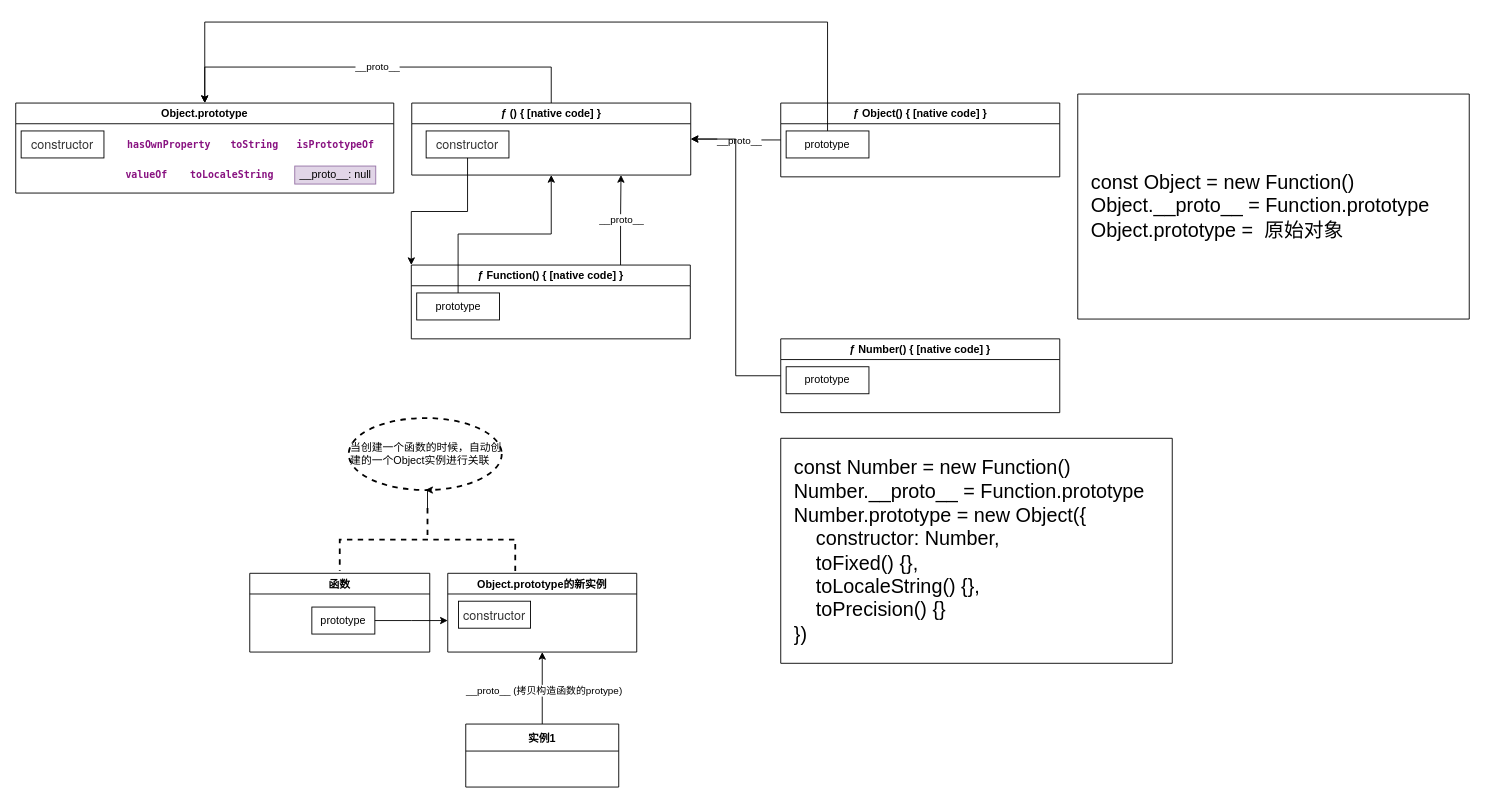
Before: page "原型链" (3 of 4) of Untitled Diagram.drawio in clevok/static, a draw.io diagram. Source tidied: cells renumbered, new cells numbered last; positions are measured from the earlier drawing's top-left corner, leaving out a move shared by most shapes. Both pictures are drawn from the tidied source at 90%, with x=0, y=0 at pixel (15, 22).
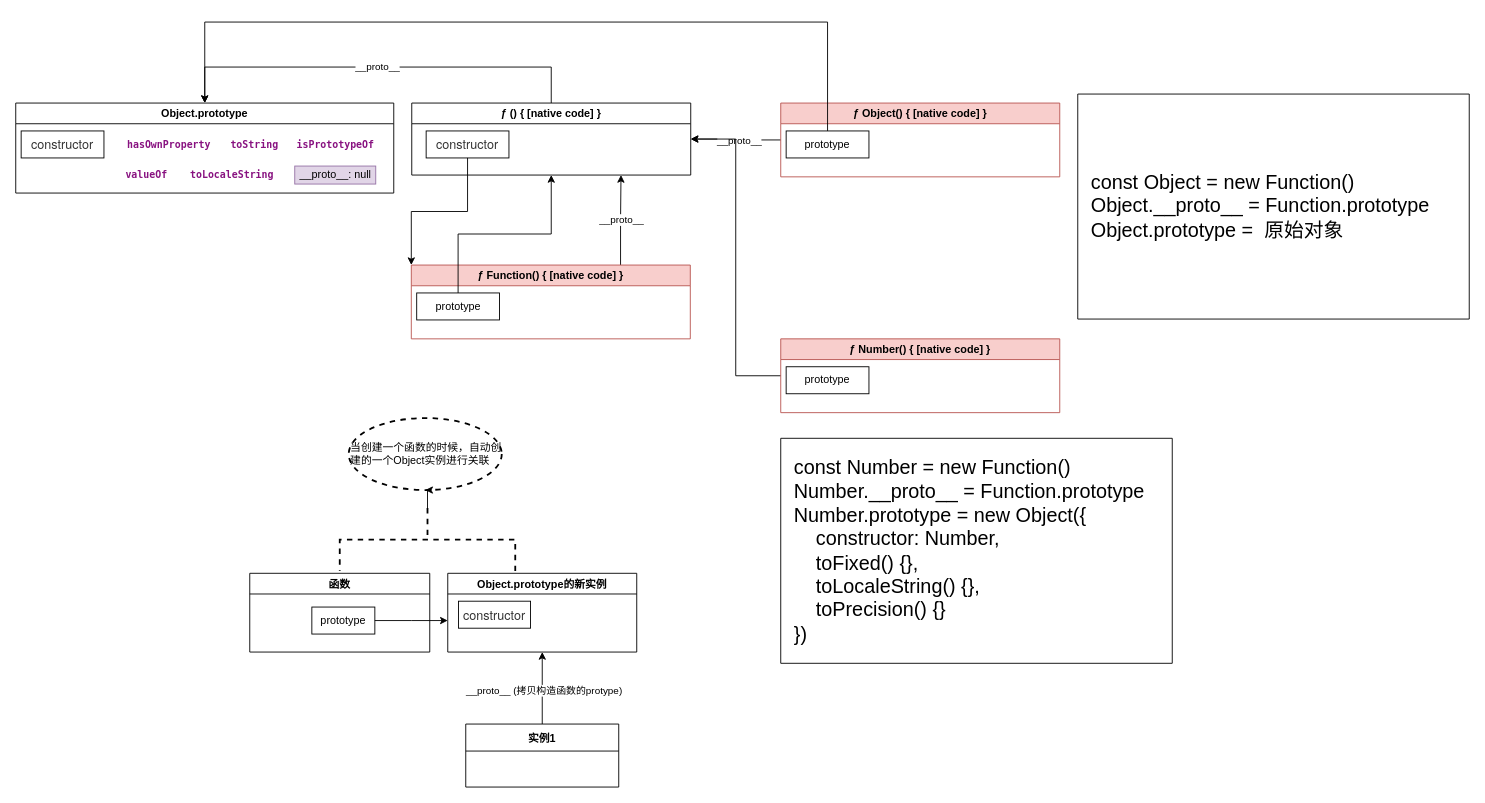
The same diagram, later.

Diff of the diagram source:
```diff
@@
-    <mxCell id="15" value="ƒ Function() { [native code] }" style="swimlane;" parent="1" vertex="1">
+    <mxCell id="15" value="ƒ Function() { [native code] }" style="swimlane;fillColor=#f8cecc;strokeColor=#b85450;" parent="1" vertex="1">
       <mxGeometry x="439.5" y="270" width="310" height="82" as="geometry" />
     </mxCell>
@@
-    <mxCell id="19" value="ƒ Object() { [native code] }" style="swimlane;" parent="1" vertex="1">
+    <mxCell id="19" value="ƒ Object() { [native code] }" style="swimlane;fillColor=#f8cecc;strokeColor=#b85450;" parent="1" vertex="1">
       <mxGeometry x="850" y="90" width="310" height="82" as="geometry" />
     </mxCell>
@@
-    <mxCell id="22" value="ƒ Number() { [native code] }" style="swimlane;" parent="1" vertex="1">
+    <mxCell id="22" value="ƒ Number() { [native code] }" style="swimlane;fillColor=#f8cecc;strokeColor=#b85450;" parent="1" vertex="1">
       <mxGeometry x="850" y="352" width="310" height="82" as="geometry" />
     </mxCell>
```
